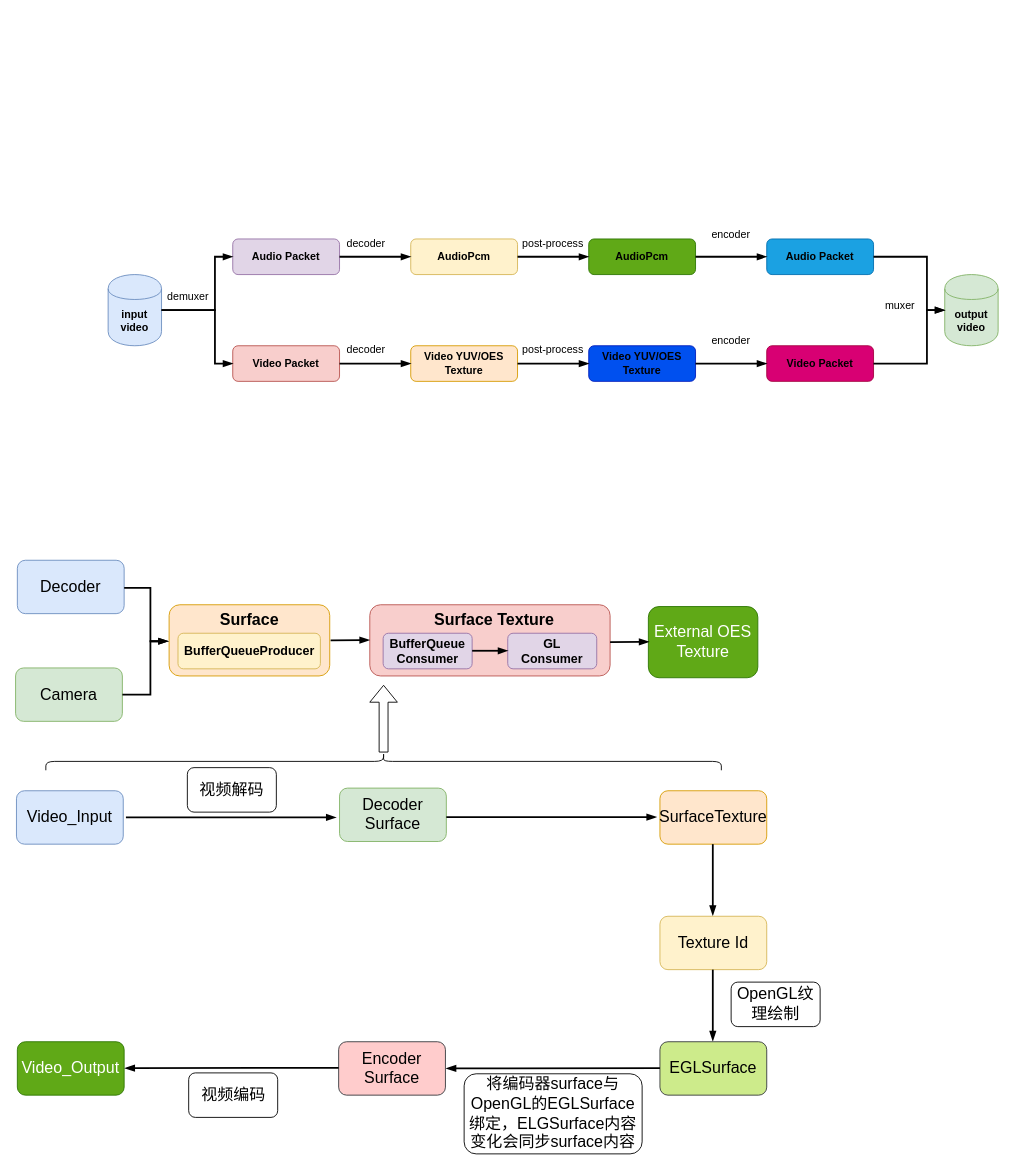
Above: page "转码" (2 of 8) of graph.drawio in AndyYoung1004/draw.io (draw.io), before the change. Source tidied: cells renumbered, new cells numbered last; positions are measured from the earlier drawing's top-left corner, leaving out a move shared by most shapes. Both pictures are drawn from the tidied source at 89%, with x=0, y=0 at pixel (15, 221). Pictures stored in the file or linked from it are replaced by grey dashed boxes.
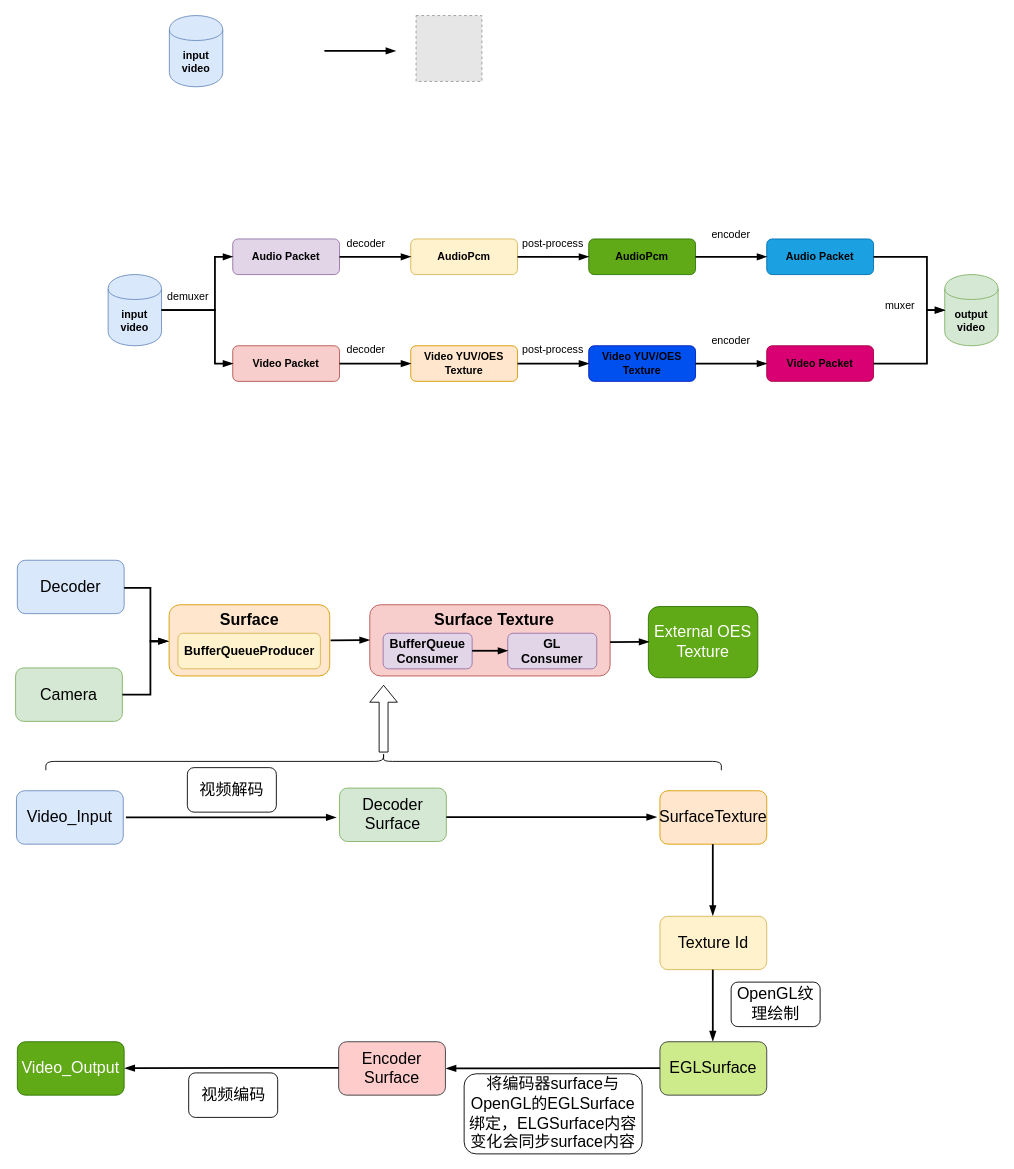
The same page after the edit.

Change to the diagram source:
```diff
@@
+    <mxCell id="64" value="&lt;b&gt;input&lt;br&gt;video&lt;/b&gt;" style="shape=cylinder;whiteSpace=wrap;html=1;boundedLbl=1;backgroundOutline=1;fillColor=#dae8fc;strokeColor=#6c8ebf;" parent="1" vertex="1">
+      <mxGeometry x="172.8" y="-231" width="60" height="80" as="geometry" />
+    </mxCell>
+    <mxCell id="65" style="endArrow=blockThin;html=1;rounded=0;endFill=1;strokeWidth=2;" parent="1" edge="1">
+      <mxGeometry relative="1" as="geometry">
+        <mxPoint x="347" y="-191.3" as="sourcePoint" />
+        <mxPoint x="427" y="-191.3" as="targetPoint" />
+      </mxGeometry>
+    </mxCell>
+    <mxCell id="66" style="fillColor=#E6E6E6;strokeColor=#999999;dashed=1;verticalLabelPosition=bottom;labelBackgroundColor=default;verticalAlign=top;" parent="1" vertex="1">
+      <mxGeometry x="450" y="-231" width="74" height="74" as="geometry" />
+    </mxCell>
```
